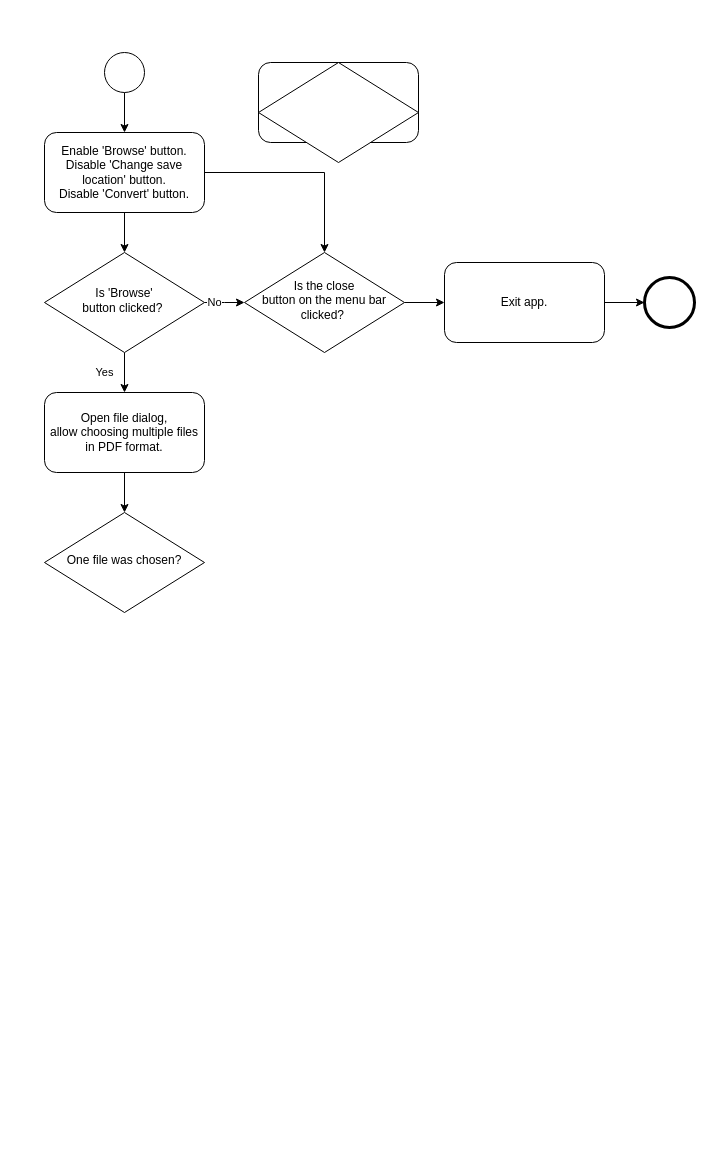
anvnt/bsconverter keeps this draw.io diagram as Untitled Diagram.drawio. Above is the earlier version. Source tidied: cells renumbered, new cells numbered last; positions are measured from the earlier drawing's top-left corner, leaving out a move shared by most shapes. Both pictures are drawn from the tidied source at 100%, with x=0, y=0 at pixel (44, 52).
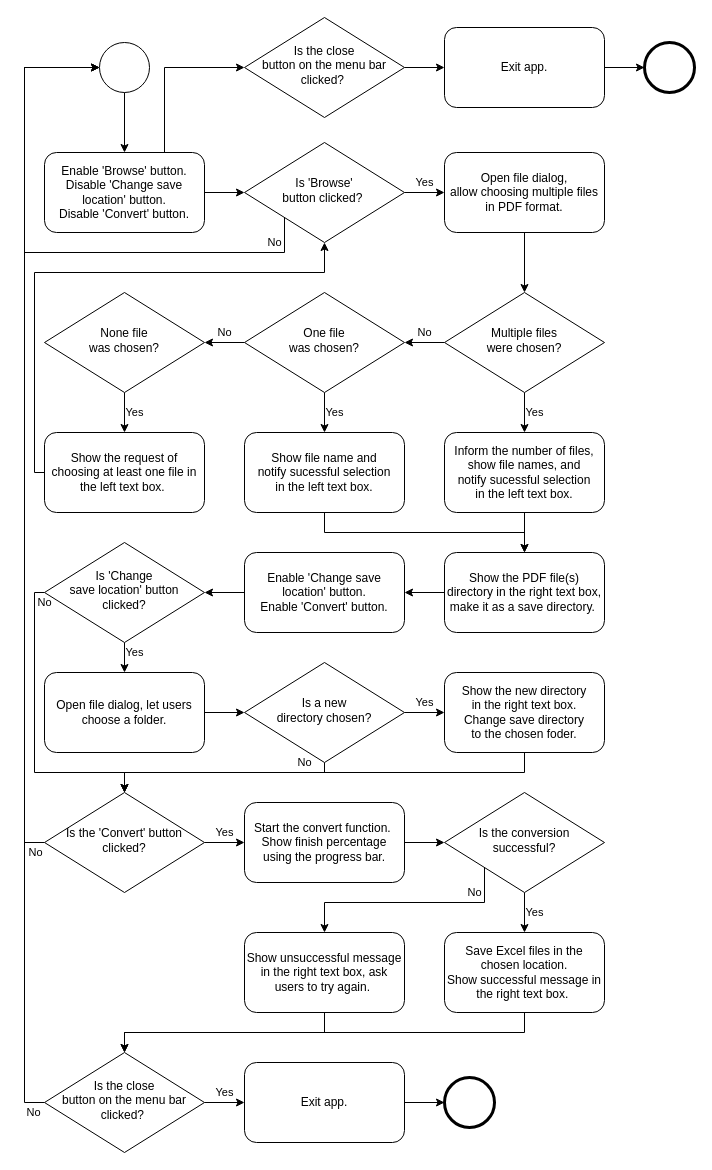
The same diagram, later.

The edit, as a diff of the source:
```diff
@@
-    <mxCell id="3" style="edgeStyle=orthogonalEdgeStyle;rounded=0;jettySize=auto;html=1;entryX=0.5;entryY=0;entryDx=0;entryDy=0;" parent="1" edge="1" source="4" target="16">
+    <mxCell id="3" style="edgeStyle=orthogonalEdgeStyle;rounded=0;jettySize=auto;html=1;entryX=0;entryY=0.5;entryDx=0;entryDy=0;exitX=0.75;exitY=0;exitDx=0;exitDy=0;" parent="1" edge="1" source="4" target="16">
       <mxGeometry relative="1" as="geometry" />
     </mxCell>
     <mxCell id="4" value="Enable 'Browse' button.&lt;br&gt;Disable 'Change save location' button.&lt;br&gt;Disable 'Convert' button." style="rounded=1;whiteSpace=wrap;html=1;fontSize=12;glass=0;strokeWidth=1;shadow=0;" parent="1" vertex="1">
-      <mxGeometry y="80" width="160" height="80" as="geometry" />
+      <mxGeometry y="100" width="160" height="80" as="geometry" />
     </mxCell>
     <mxCell id="5" value="Yes" style="edgeStyle=orthogonalEdgeStyle;rounded=0;jettySize=auto;html=1;" parent="1" edge="1" source="7" target="11">
-      <mxGeometry y="-20" relative="1" as="geometry" />
+      <mxGeometry y="10" relative="1" as="geometry" />
     </mxCell>
-    <mxCell id="6" value="No" style="edgeStyle=orthogonalEdgeStyle;rounded=0;jettySize=auto;html=1;" parent="1" edge="1" source="7">
-      <mxGeometry y="-10" relative="1" as="geometry">
-        <mxPoint x="200" y="250" as="targetPoint" />
+    <mxCell id="6" value="No" style="edgeStyle=orthogonalEdgeStyle;rounded=0;jettySize=auto;html=1;entryX=0;entryY=0.5;entryDx=0;entryDy=0;entryPerimeter=0;exitX=0;exitY=1;exitDx=0;exitDy=0;" parent="1" edge="1" source="7" target="9">
+      <mxGeometry x="-0.91" y="-10" relative="1" as="geometry">
+        <Array as="points">
+          <mxPoint x="240" y="200" />
+          <mxPoint x="-20" y="200" />
+          <mxPoint x="-20" y="15" />
+        </Array>
       </mxGeometry>
     </mxCell>
     <mxCell id="7" value="Is 'Browse' &lt;br&gt;button&amp;nbsp;clicked?&amp;nbsp;" style="rhombus;whiteSpace=wrap;html=1;shadow=0;fontFamily=Helvetica;fontSize=12;align=center;strokeWidth=1;spacing=6;spacingTop=-4;" parent="1" vertex="1">
-      <mxGeometry y="200" width="160" height="100" as="geometry" />
+      <mxGeometry x="200" y="90" width="160" height="100" as="geometry" />
     </mxCell>
@@
     <mxCell id="9" style="points=[[0.145,0.145,0],[0.5,0,0],[0.855,0.145,0],[1,0.5,0],[0.855,0.855,0],[0.5,1,0],[0.145,0.855,0],[0,0.5,0]];shape=mxgraph.bpmn.event;html=1;verticalLabelPosition=bottom;labelBackgroundColor=#ffffff;verticalAlign=top;align=center;perimeter=ellipsePerimeter;outlineConnect=0;outline=standard;symbol=general;" parent="1" vertex="1">
-      <mxGeometry x="60" width="40" height="40" as="geometry" />
+      <mxGeometry x="55" y="-10" width="50" height="50" as="geometry" />
     </mxCell>
-    <mxCell id="10" style="edgeStyle=orthogonalEdgeStyle;rounded=0;jettySize=auto;html=1;entryX=0.5;entryY=0;entryDx=0;entryDy=0;" parent="1" edge="1" source="11" target="12">
-      <mxGeometry relative="1" as="geometry" />
-    </mxCell>
+    <mxCell id="20" style="edgeStyle=orthogonalEdgeStyle;rounded=0;jettySize=auto;html=1;entryX=0.5;entryY=0;entryDx=0;entryDy=0;" parent="1" edge="1" source="11" target="25">
+      <mxGeometry relative="1" as="geometry" />
+    </mxCell>
     <mxCell id="11" value="Open file dialog, &lt;br&gt;allow choosing multiple files in PDF format." style="rounded=1;whiteSpace=wrap;html=1;fontSize=12;glass=0;strokeWidth=1;shadow=0;" parent="1" vertex="1">
-      <mxGeometry y="340" width="160" height="80" as="geometry" />
+      <mxGeometry x="400" y="100" width="160" height="80" as="geometry" />
     </mxCell>
+    <mxCell id="21" value="Yes" style="edgeStyle=orthogonalEdgeStyle;rounded=0;jettySize=auto;html=1;" parent="1" edge="1" source="12" target="27">
+      <mxGeometry y="10" relative="1" as="geometry" />
+    </mxCell>
+    <mxCell id="22" value="No" style="edgeStyle=orthogonalEdgeStyle;rounded=0;jettySize=auto;html=1;" parent="1" edge="1" source="12" target="35">
+      <mxGeometry y="-10" relative="1" as="geometry" />
+    </mxCell>
-    <mxCell id="12" value="One file was chosen?" style="rhombus;whiteSpace=wrap;html=1;shadow=0;fontFamily=Helvetica;fontSize=12;align=center;strokeWidth=1;spacing=6;spacingTop=-4;" parent="1" vertex="1">
-      <mxGeometry y="460" width="160" height="100" as="geometry" />
+    <mxCell id="12" value="One file &lt;br&gt;was chosen?" style="rhombus;whiteSpace=wrap;html=1;shadow=0;fontFamily=Helvetica;fontSize=12;align=center;strokeWidth=1;spacing=6;spacingTop=-4;" parent="1" vertex="1">
+      <mxGeometry x="200" y="240" width="160" height="100" as="geometry" />
     </mxCell>
-    <mxCell id="13" style="rounded=1;whiteSpace=wrap;html=1;fontSize=12;glass=0;strokeWidth=1;shadow=0;" parent="1" vertex="1">
-      <mxGeometry x="214" y="10" width="160" height="80" as="geometry" />
-    </mxCell>
-    <mxCell id="14" style="rhombus;whiteSpace=wrap;html=1;shadow=0;fontFamily=Helvetica;fontSize=12;align=center;strokeWidth=1;spacing=6;spacingTop=-4;" parent="1" vertex="1">
-      <mxGeometry x="214" y="10" width="160" height="100" as="geometry" />
-    </mxCell>
@@
     <mxCell id="16" value="Is the close &lt;br&gt;button on the menu bar &lt;br&gt;clicked?&amp;nbsp;" style="rhombus;whiteSpace=wrap;html=1;shadow=0;fontFamily=Helvetica;fontSize=12;align=center;strokeWidth=1;spacing=6;spacingTop=-4;" parent="1" vertex="1">
-      <mxGeometry x="200" y="200" width="160" height="100" as="geometry" />
+      <mxGeometry x="200" y="-35" width="160" height="100" as="geometry" />
     </mxCell>
     <mxCell id="17" style="points=[[0.145,0.145,0],[0.5,0,0],[0.855,0.145,0],[1,0.5,0],[0.855,0.855,0],[0.5,1,0],[0.145,0.855,0],[0,0.5,0]];shape=mxgraph.bpmn.event;html=1;verticalLabelPosition=bottom;labelBackgroundColor=#ffffff;verticalAlign=top;align=center;perimeter=ellipsePerimeter;outlineConnect=0;outline=end;symbol=terminate2;" parent="1" vertex="1">
-      <mxGeometry x="600" y="225" width="50" height="50" as="geometry" />
+      <mxGeometry x="600" y="-10" width="50" height="50" as="geometry" />
     </mxCell>
@@
     <mxCell id="19" value="Exit app." style="rounded=1;whiteSpace=wrap;html=1;fontSize=12;glass=0;strokeWidth=1;shadow=0;" parent="1" vertex="1">
-      <mxGeometry x="400" y="210" width="160" height="80" as="geometry" />
+      <mxGeometry x="400" y="-25" width="160" height="80" as="geometry" />
     </mxCell>
+    <mxCell id="23" value="Yes" style="edgeStyle=orthogonalEdgeStyle;rounded=0;jettySize=auto;html=1;" parent="1" edge="1" source="25" target="29">
+      <mxGeometry y="10" relative="1" as="geometry" />
+    </mxCell>
+    <mxCell id="24" value="No" style="edgeStyle=orthogonalEdgeStyle;rounded=0;jettySize=auto;html=1;" parent="1" edge="1" source="25" target="12">
+      <mxGeometry y="-10" relative="1" as="geometry" />
+    </mxCell>
+    <mxCell id="25" value="Multiple files &lt;br&gt;were chosen?" style="rhombus;whiteSpace=wrap;html=1;shadow=0;fontFamily=Helvetica;fontSize=12;align=center;strokeWidth=1;spacing=6;spacingTop=-4;" parent="1" vertex="1">
+      <mxGeometry x="400" y="240" width="160" height="100" as="geometry" />
+    </mxCell>
+    <mxCell id="26" style="edgeStyle=orthogonalEdgeStyle;rounded=0;jettySize=auto;html=1;" parent="1" edge="1" source="27">
+      <mxGeometry relative="1" as="geometry">
+        <mxPoint x="480" y="500" as="targetPoint" />
+        <Array as="points">
+          <mxPoint x="280" y="480" />
+          <mxPoint x="480" y="480" />
+        </Array>
+      </mxGeometry>
+    </mxCell>
+    <mxCell id="27" value="Show file name and &lt;br&gt;notify sucessful selection&lt;br&gt;in the left text box." style="rounded=1;whiteSpace=wrap;html=1;fontSize=12;glass=0;strokeWidth=1;shadow=0;" parent="1" vertex="1">
+      <mxGeometry x="200" y="380" width="160" height="80" as="geometry" />
+    </mxCell>
+    <mxCell id="28" style="edgeStyle=orthogonalEdgeStyle;rounded=0;jettySize=auto;html=1;" parent="1" edge="1" source="29" target="31">
+      <mxGeometry relative="1" as="geometry" />
+    </mxCell>
+    <mxCell id="29" value="Inform the number of files, show file names, and &lt;br&gt;notify sucessful selection&lt;br&gt;in the left text box." style="rounded=1;whiteSpace=wrap;html=1;fontSize=12;glass=0;strokeWidth=1;shadow=0;" parent="1" vertex="1">
+      <mxGeometry x="400" y="380" width="160" height="80" as="geometry" />
+    </mxCell>
+    <mxCell id="30" style="edgeStyle=orthogonalEdgeStyle;rounded=0;jettySize=auto;html=1;" parent="1" edge="1" source="31" target="33">
+      <mxGeometry relative="1" as="geometry" />
+    </mxCell>
+    <mxCell id="31" value="Show the PDF file(s) directory in the right text box, make it as a save directory.&amp;nbsp;" style="rounded=1;whiteSpace=wrap;html=1;fontSize=12;glass=0;strokeWidth=1;shadow=0;" parent="1" vertex="1">
+      <mxGeometry x="400" y="500" width="160" height="80" as="geometry" />
+    </mxCell>
+    <mxCell id="32" style="edgeStyle=orthogonalEdgeStyle;rounded=0;jettySize=auto;html=1;" parent="1" edge="1" source="33" target="40">
+      <mxGeometry relative="1" as="geometry" />
+    </mxCell>
+    <mxCell id="33" value="Enable&amp;nbsp;'Change save location' button.&lt;br&gt;Enable&amp;nbsp;'Convert' button." style="rounded=1;whiteSpace=wrap;html=1;fontSize=12;glass=0;strokeWidth=1;shadow=0;" parent="1" vertex="1">
+      <mxGeometry x="200" y="500" width="160" height="80" as="geometry" />
+    </mxCell>
+    <mxCell id="34" value="Yes" style="edgeStyle=orthogonalEdgeStyle;rounded=0;jettySize=auto;html=1;" parent="1" edge="1" source="35" target="37">
+      <mxGeometry y="10" relative="1" as="geometry" />
+    </mxCell>
+    <mxCell id="35" value="None file &lt;br&gt;was chosen?" style="rhombus;whiteSpace=wrap;html=1;shadow=0;fontFamily=Helvetica;fontSize=12;align=center;strokeWidth=1;spacing=6;spacingTop=-4;" parent="1" vertex="1">
+      <mxGeometry y="240" width="160" height="100" as="geometry" />
+    </mxCell>
+    <mxCell id="36" style="edgeStyle=orthogonalEdgeStyle;rounded=0;jettySize=auto;html=1;entryX=0.5;entryY=1;entryDx=0;entryDy=0;exitX=0;exitY=0.5;exitDx=0;exitDy=0;" parent="1" edge="1" source="37" target="7">
+      <mxGeometry relative="1" as="geometry">
+        <Array as="points">
+          <mxPoint x="-10" y="420" />
+          <mxPoint x="-10" y="220" />
+          <mxPoint x="280" y="220" />
+        </Array>
+      </mxGeometry>
+    </mxCell>
+    <mxCell id="37" value="Show the request of choosing at least one file in the left text box.&amp;nbsp;" style="rounded=1;whiteSpace=wrap;html=1;fontSize=12;glass=0;strokeWidth=1;shadow=0;" parent="1" vertex="1">
+      <mxGeometry y="380" width="160" height="80" as="geometry" />
+    </mxCell>
+    <mxCell id="38" value="Yes" style="edgeStyle=orthogonalEdgeStyle;rounded=0;jettySize=auto;html=1;" parent="1" edge="1" source="40" target="42">
+      <mxGeometry x="0.2" y="10" relative="1" as="geometry" />
+    </mxCell>
+    <mxCell id="39" value="No" style="edgeStyle=orthogonalEdgeStyle;rounded=0;jettySize=auto;html=1;" parent="1" edge="1" source="40">
+      <mxGeometry x="-1" y="10" relative="1" as="geometry">
+        <mxPoint x="80" y="740" as="targetPoint" />
+        <Array as="points">
+          <mxPoint x="-10" y="540" />
+          <mxPoint x="-10" y="720" />
+          <mxPoint x="80" y="720" />
+        </Array>
+      </mxGeometry>
+    </mxCell>
+    <mxCell id="40" value="Is 'Change &lt;br&gt;save location' button &lt;br&gt;clicked?" style="rhombus;whiteSpace=wrap;html=1;shadow=0;fontFamily=Helvetica;fontSize=12;align=center;strokeWidth=1;spacing=6;spacingTop=-4;" parent="1" vertex="1">
+      <mxGeometry y="490" width="160" height="100" as="geometry" />
+    </mxCell>
+    <mxCell id="41" style="edgeStyle=orthogonalEdgeStyle;rounded=0;jettySize=auto;html=1;" parent="1" edge="1" source="42" target="47">
+      <mxGeometry relative="1" as="geometry" />
+    </mxCell>
+    <mxCell id="42" value="Open file dialog, let users choose a folder." style="rounded=1;whiteSpace=wrap;html=1;fontSize=12;glass=0;strokeWidth=1;shadow=0;" parent="1" vertex="1">
+      <mxGeometry y="620" width="160" height="80" as="geometry" />
+    </mxCell>
+    <mxCell id="43" style="edgeStyle=orthogonalEdgeStyle;rounded=0;jettySize=auto;html=1;" parent="1" edge="1" source="44" target="50">
+      <mxGeometry relative="1" as="geometry">
+        <Array as="points">
+          <mxPoint x="480" y="720" />
+          <mxPoint x="80" y="720" />
+        </Array>
+      </mxGeometry>
+    </mxCell>
+    <mxCell id="44" value="Show the new directory &lt;br&gt;in the right text box. &lt;br&gt;Change save directory &lt;br&gt;to the chosen foder." style="rounded=1;whiteSpace=wrap;html=1;fontSize=12;glass=0;strokeWidth=1;shadow=0;" parent="1" vertex="1">
+      <mxGeometry x="400" y="620" width="160" height="80" as="geometry" />
+    </mxCell>
+    <mxCell id="45" value="Yes" style="edgeStyle=orthogonalEdgeStyle;rounded=0;jettySize=auto;html=1;" parent="1" edge="1" source="47" target="44">
+      <mxGeometry y="10" relative="1" as="geometry" />
+    </mxCell>
+    <mxCell id="46" value="No" style="edgeStyle=orthogonalEdgeStyle;rounded=0;jettySize=auto;html=1;entryX=0.5;entryY=0;entryDx=0;entryDy=0;" parent="1" edge="1" source="47" target="50">
+      <mxGeometry x="-0.74" y="-10" relative="1" as="geometry">
+        <Array as="points">
+          <mxPoint x="280" y="720" />
+          <mxPoint x="80" y="720" />
+        </Array>
+      </mxGeometry>
+    </mxCell>
+    <mxCell id="47" value="Is a new &lt;br&gt;directory chosen?" style="rhombus;whiteSpace=wrap;html=1;shadow=0;fontFamily=Helvetica;fontSize=12;align=center;strokeWidth=1;spacing=6;spacingTop=-4;" parent="1" vertex="1">
+      <mxGeometry x="200" y="610" width="160" height="100" as="geometry" />
+    </mxCell>
+    <mxCell id="48" value="Yes" style="edgeStyle=orthogonalEdgeStyle;rounded=0;jettySize=auto;html=1;" parent="1" edge="1" source="50" target="52">
+      <mxGeometry y="10" relative="1" as="geometry" />
+    </mxCell>
+    <mxCell id="49" value="No" style="edgeStyle=orthogonalEdgeStyle;rounded=0;jettySize=auto;html=1;entryX=0;entryY=0.5;entryDx=0;entryDy=0;entryPerimeter=0;exitX=0;exitY=0.5;exitDx=0;exitDy=0;" parent="1" edge="1" source="50" target="9">
+      <mxGeometry x="-0.98" y="10" relative="1" as="geometry">
+        <Array as="points">
+          <mxPoint x="-20" y="790" />
+          <mxPoint x="-20" y="15" />
+        </Array>
+      </mxGeometry>
+    </mxCell>
+    <mxCell id="50" value="Is the 'Convert' button clicked?" style="rhombus;whiteSpace=wrap;html=1;shadow=0;fontFamily=Helvetica;fontSize=12;align=center;strokeWidth=1;spacing=6;spacingTop=-4;" parent="1" vertex="1">
+      <mxGeometry y="740" width="160" height="100" as="geometry" />
+    </mxCell>
+    <mxCell id="51" style="edgeStyle=orthogonalEdgeStyle;rounded=0;jettySize=auto;html=1;" parent="1" edge="1" source="52" target="55">
+      <mxGeometry relative="1" as="geometry" />
+    </mxCell>
+    <mxCell id="52" value="Start the convert function.&amp;nbsp;&lt;br&gt;Show finish percentage &lt;br&gt;using the progress bar." style="rounded=1;whiteSpace=wrap;html=1;fontSize=12;glass=0;strokeWidth=1;shadow=0;" parent="1" vertex="1">
+      <mxGeometry x="200" y="750" width="160" height="80" as="geometry" />
+    </mxCell>
+    <mxCell id="53" value="No" style="edgeStyle=orthogonalEdgeStyle;rounded=0;jettySize=auto;html=1;exitX=0;exitY=1;exitDx=0;exitDy=0;" parent="1" edge="1" source="55" target="59">
+      <mxGeometry x="-0.78" y="-10" relative="1" as="geometry">
+        <Array as="points">
+          <mxPoint x="440" y="850" />
+          <mxPoint x="280" y="850" />
+        </Array>
+      </mxGeometry>
+    </mxCell>
+    <mxCell id="54" value="Yes" style="edgeStyle=orthogonalEdgeStyle;rounded=0;jettySize=auto;html=1;entryX=0.5;entryY=0;entryDx=0;entryDy=0;" parent="1" edge="1" source="55" target="57">
+      <mxGeometry y="10" relative="1" as="geometry" />
+    </mxCell>
+    <mxCell id="55" value="Is the conversion successful?" style="rhombus;whiteSpace=wrap;html=1;shadow=0;fontFamily=Helvetica;fontSize=12;align=center;strokeWidth=1;spacing=6;spacingTop=-4;" parent="1" vertex="1">
+      <mxGeometry x="400" y="740" width="160" height="100" as="geometry" />
+    </mxCell>
+    <mxCell id="56" style="edgeStyle=orthogonalEdgeStyle;rounded=0;jettySize=auto;html=1;entryX=0.5;entryY=0;entryDx=0;entryDy=0;" parent="1" edge="1" source="57" target="62">
+      <mxGeometry relative="1" as="geometry">
+        <Array as="points">
+          <mxPoint x="480" y="980" />
+          <mxPoint x="80" y="980" />
+        </Array>
+      </mxGeometry>
+    </mxCell>
+    <mxCell id="57" value="Save Excel files in the chosen location. &lt;br&gt;Show successful message in the right text box.&amp;nbsp;" style="rounded=1;whiteSpace=wrap;html=1;fontSize=12;glass=0;strokeWidth=1;shadow=0;" parent="1" vertex="1">
+      <mxGeometry x="400" y="880" width="160" height="80" as="geometry" />
+    </mxCell>
+    <mxCell id="58" style="edgeStyle=orthogonalEdgeStyle;rounded=0;jettySize=auto;html=1;" parent="1" edge="1" source="59" target="62">
+      <mxGeometry relative="1" as="geometry">
+        <Array as="points">
+          <mxPoint x="280" y="980" />
+          <mxPoint x="80" y="980" />
+        </Array>
+      </mxGeometry>
+    </mxCell>
+    <mxCell id="59" value="Show unsuccessful message in the right text box, ask users to try again.&amp;nbsp;" style="rounded=1;whiteSpace=wrap;html=1;fontSize=12;glass=0;strokeWidth=1;shadow=0;" parent="1" vertex="1">
+      <mxGeometry x="200" y="880" width="160" height="80" as="geometry" />
+    </mxCell>
+    <mxCell id="60" value="Yes" style="edgeStyle=orthogonalEdgeStyle;rounded=0;jettySize=auto;html=1;entryX=0;entryY=0.5;entryDx=0;entryDy=0;" parent="1" edge="1" source="62" target="65">
+      <mxGeometry y="10" relative="1" as="geometry" />
+    </mxCell>
+    <mxCell id="61" value="No" style="edgeStyle=orthogonalEdgeStyle;rounded=0;jettySize=auto;html=1;entryX=0;entryY=0.5;entryDx=0;entryDy=0;entryPerimeter=0;" parent="1" edge="1" source="62" target="9">
+      <mxGeometry x="-0.98" y="10" relative="1" as="geometry">
+        <Array as="points">
+          <mxPoint x="-20" y="1050" />
+          <mxPoint x="-20" y="15" />
+        </Array>
+      </mxGeometry>
+    </mxCell>
+    <mxCell id="62" value="Is the close &lt;br&gt;button on the menu bar &lt;br&gt;clicked?&amp;nbsp;" style="rhombus;whiteSpace=wrap;html=1;shadow=0;fontFamily=Helvetica;fontSize=12;align=center;strokeWidth=1;spacing=6;spacingTop=-4;" parent="1" vertex="1">
+      <mxGeometry y="1000" width="160" height="100" as="geometry" />
+    </mxCell>
+    <mxCell id="63" style="points=[[0.145,0.145,0],[0.5,0,0],[0.855,0.145,0],[1,0.5,0],[0.855,0.855,0],[0.5,1,0],[0.145,0.855,0],[0,0.5,0]];shape=mxgraph.bpmn.event;html=1;verticalLabelPosition=bottom;labelBackgroundColor=#ffffff;verticalAlign=top;align=center;perimeter=ellipsePerimeter;outlineConnect=0;outline=end;symbol=terminate2;" parent="1" vertex="1">
+      <mxGeometry x="400" y="1025" width="50" height="50" as="geometry" />
+    </mxCell>
+    <mxCell id="64" style="edgeStyle=orthogonalEdgeStyle;rounded=0;jettySize=auto;html=1;entryX=0;entryY=0.5;entryDx=0;entryDy=0;entryPerimeter=0;" parent="1" edge="1" source="65" target="63">
+      <mxGeometry relative="1" as="geometry" />
+    </mxCell>
+    <mxCell id="65" value="Exit app." style="rounded=1;whiteSpace=wrap;html=1;fontSize=12;glass=0;strokeWidth=1;shadow=0;" parent="1" vertex="1">
+      <mxGeometry x="200" y="1010" width="160" height="80" as="geometry" />
+    </mxCell>
```
